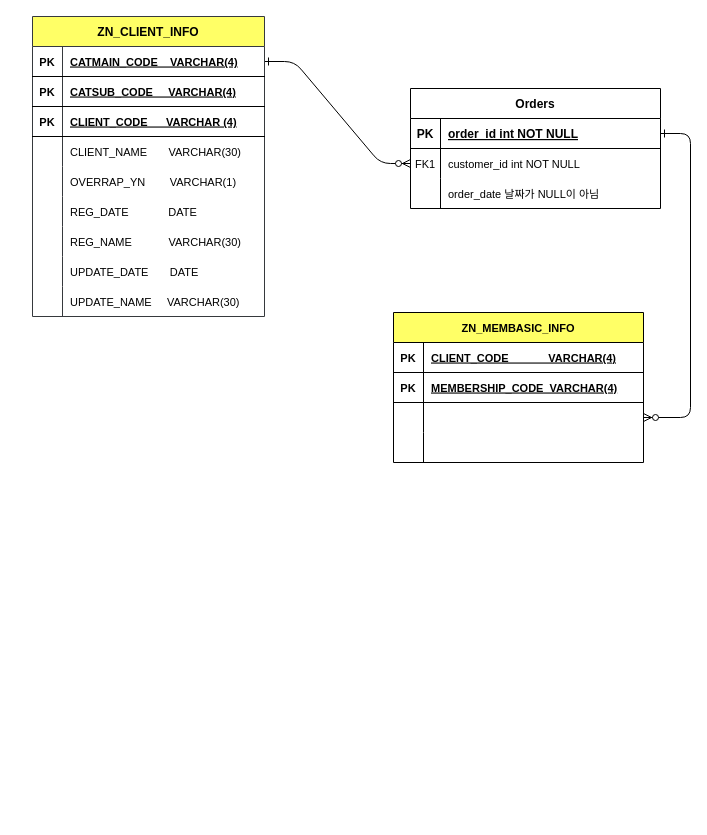
Above: Untitled Diagram.drawio in qksl22/Java (draw.io), before the change. Source tidied: cells renumbered, new cells numbered last; positions are measured from the earlier drawing's top-left corner, leaving out a move shared by most shapes. Both pictures are drawn from the tidied source at 100%, with x=0, y=0 at pixel (32, 16).
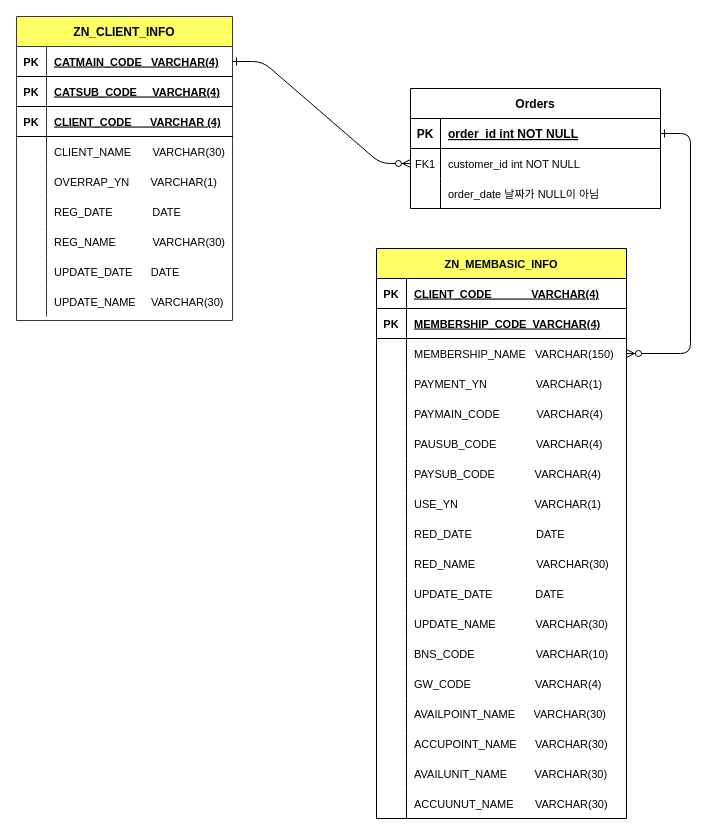
Above is the later version.

The change refers to these unchanged cells:
```xml
<mxCell id="21" style="shape=partialRectangle;fillColor=none;points=[[0,0.5],[1,0.5]];portConstraint=eastwest;top=0;left=0;right=0;bottom=0;fontSize=11;" parent="14" vertex="1">
  <mxGeometry y="90" width="250" height="30" as="geometry" />
</mxCell>
<mxCell id="24" style="shape=partialRectangle;fillColor=none;top=0;left=0;right=0;bottom=0;fontSize=11;" parent="14" vertex="1">
  <mxGeometry y="120" width="250" height="30" as="geometry" />
</mxCell>
```

Change to the diagram source:
```diff
@@
     <mxCell id="14" value="ZN_MEMBASIC_INFO" style="shape=table;startSize=30;childLayout=tableLayout;rowLines=0;fontStyle=1;align=center;fontSize=11;fillColor=#FFFF66;" parent="1" vertex="1">
-      <mxGeometry x="361" y="296" width="250" height="150" as="geometry" />
+      <mxGeometry x="344" y="232" width="250" height="570" as="geometry" />
     </mxCell>
@@
-    <mxCell id="23" style="shape=partialRectangle;overflow=hidden;fillColor=none;top=0;left=0;bottom=0;right=0;align=left;spacingLeft=6;fontSize=11;" parent="21" vertex="1">
+    <mxCell id="23" value="MEMBERSHIP_NAME   VARCHAR(150)" style="shape=partialRectangle;overflow=hidden;fillColor=none;top=0;left=0;bottom=0;right=0;align=left;spacingLeft=6;fontSize=11;" parent="21" vertex="1">
       <mxGeometry x="30" width="220" height="30" as="geometry" />
     </mxCell>
@@
-    <mxCell id="26" style="shape=partialRectangle;overflow=hidden;fillColor=none;top=0;left=0;bottom=0;right=0;align=left;spacingLeft=6;fontSize=11;" parent="24" vertex="1">
+    <mxCell id="26" value="PAYMENT_YN                VARCHAR(1)" style="shape=partialRectangle;overflow=hidden;fillColor=none;top=0;left=0;bottom=0;right=0;align=left;spacingLeft=6;fontSize=11;" parent="24" vertex="1">
       <mxGeometry x="30" width="220" height="30" as="geometry" />
     </mxCell>
+    <mxCell id="55" style="shape=partialRectangle;fillColor=none;top=0;left=0;right=0;bottom=0;fontSize=11;" parent="14" vertex="1">
+      <mxGeometry y="150" width="250" height="30" as="geometry" />
+    </mxCell>
+    <mxCell id="56" style="shape=partialRectangle;overflow=hidden;fillColor=none;top=0;left=0;bottom=0;right=0;fontSize=11;" parent="55" vertex="1">
+      <mxGeometry width="30" height="30" as="geometry" />
+    </mxCell>
+    <mxCell id="57" value="PAYMAIN_CODE            VARCHAR(4)" style="shape=partialRectangle;overflow=hidden;fillColor=none;top=0;left=0;bottom=0;right=0;align=left;spacingLeft=6;fontSize=11;" parent="55" vertex="1">
+      <mxGeometry x="30" width="220" height="30" as="geometry" />
+    </mxCell>
+    <mxCell id="58" style="shape=partialRectangle;fillColor=none;top=0;left=0;right=0;bottom=0;fontSize=11;" parent="14" vertex="1">
+      <mxGeometry y="180" width="250" height="30" as="geometry" />
+    </mxCell>
+    <mxCell id="59" style="shape=partialRectangle;overflow=hidden;fillColor=none;top=0;left=0;bottom=0;right=0;fontSize=11;" parent="58" vertex="1">
+      <mxGeometry width="30" height="30" as="geometry" />
+    </mxCell>
+    <mxCell id="60" value="PAUSUB_CODE             VARCHAR(4)" style="shape=partialRectangle;overflow=hidden;fillColor=none;top=0;left=0;bottom=0;right=0;align=left;spacingLeft=6;fontSize=11;" parent="58" vertex="1">
+      <mxGeometry x="30" width="220" height="30" as="geometry" />
+    </mxCell>
+    <mxCell id="61" style="shape=partialRectangle;fillColor=none;top=0;left=0;right=0;bottom=0;fontSize=11;" parent="14" vertex="1">
+      <mxGeometry y="210" width="250" height="30" as="geometry" />
+    </mxCell>
+    <mxCell id="62" style="shape=partialRectangle;overflow=hidden;fillColor=none;top=0;left=0;bottom=0;right=0;fontSize=11;" parent="61" vertex="1">
+      <mxGeometry width="30" height="30" as="geometry" />
+    </mxCell>
+    <mxCell id="63" value="PAYSUB_CODE             VARCHAR(4)" style="shape=partialRectangle;overflow=hidden;fillColor=none;top=0;left=0;bottom=0;right=0;align=left;spacingLeft=6;fontSize=11;" parent="61" vertex="1">
+      <mxGeometry x="30" width="220" height="30" as="geometry" />
+    </mxCell>
+    <mxCell id="64" style="shape=partialRectangle;fillColor=none;top=0;left=0;right=0;bottom=0;fontSize=11;" parent="14" vertex="1">
+      <mxGeometry y="240" width="250" height="30" as="geometry" />
+    </mxCell>
+    <mxCell id="65" style="shape=partialRectangle;overflow=hidden;fillColor=none;top=0;left=0;bottom=0;right=0;fontSize=11;" parent="64" vertex="1">
+      <mxGeometry width="30" height="30" as="geometry" />
+    </mxCell>
+    <mxCell id="66" value="USE_YN                         VARCHAR(1)" style="shape=partialRectangle;overflow=hidden;fillColor=none;top=0;left=0;bottom=0;right=0;align=left;spacingLeft=6;fontSize=11;" parent="64" vertex="1">
+      <mxGeometry x="30" width="220" height="30" as="geometry" />
+    </mxCell>
+    <mxCell id="67" style="shape=partialRectangle;fillColor=none;top=0;left=0;right=0;bottom=0;fontSize=11;" parent="14" vertex="1">
+      <mxGeometry y="270" width="250" height="30" as="geometry" />
+    </mxCell>
+    <mxCell id="68" style="shape=partialRectangle;overflow=hidden;fillColor=none;top=0;left=0;bottom=0;right=0;fontSize=11;" parent="67" vertex="1">
+      <mxGeometry width="30" height="30" as="geometry" />
+    </mxCell>
+    <mxCell id="69" value="RED_DATE                     DATE" style="shape=partialRectangle;overflow=hidden;fillColor=none;top=0;left=0;bottom=0;right=0;align=left;spacingLeft=6;fontSize=11;" parent="67" vertex="1">
+      <mxGeometry x="30" width="220" height="30" as="geometry" />
+    </mxCell>
+    <mxCell id="70" style="shape=partialRectangle;fillColor=none;top=0;left=0;right=0;bottom=0;fontSize=11;" parent="14" vertex="1">
+      <mxGeometry y="300" width="250" height="30" as="geometry" />
+    </mxCell>
+    <mxCell id="71" style="shape=partialRectangle;overflow=hidden;fillColor=none;top=0;left=0;bottom=0;right=0;fontSize=11;" parent="70" vertex="1">
+      <mxGeometry width="30" height="30" as="geometry" />
+    </mxCell>
+    <mxCell id="72" value="RED_NAME                    VARCHAR(30)" style="shape=partialRectangle;overflow=hidden;fillColor=none;top=0;left=0;bottom=0;right=0;align=left;spacingLeft=6;fontSize=11;" parent="70" vertex="1">
+      <mxGeometry x="30" width="220" height="30" as="geometry" />
+    </mxCell>
+    <mxCell id="73" style="shape=partialRectangle;fillColor=none;top=0;left=0;right=0;bottom=0;fontSize=11;" parent="14" vertex="1">
+      <mxGeometry y="330" width="250" height="30" as="geometry" />
+    </mxCell>
+    <mxCell id="74" style="shape=partialRectangle;overflow=hidden;fillColor=none;top=0;left=0;bottom=0;right=0;fontSize=11;" parent="73" vertex="1">
+      <mxGeometry width="30" height="30" as="geometry" />
+    </mxCell>
+    <mxCell id="75" value="UPDATE_DATE              DATE" style="shape=partialRectangle;overflow=hidden;fillColor=none;top=0;left=0;bottom=0;right=0;align=left;spacingLeft=6;fontSize=11;" parent="73" vertex="1">
+      <mxGeometry x="30" width="220" height="30" as="geometry" />
+    </mxCell>
+    <mxCell id="76" style="shape=partialRectangle;fillColor=none;top=0;left=0;right=0;bottom=0;fontSize=11;" parent="14" vertex="1">
+      <mxGeometry y="360" width="250" height="30" as="geometry" />
+    </mxCell>
+    <mxCell id="77" style="shape=partialRectangle;overflow=hidden;fillColor=none;top=0;left=0;bottom=0;right=0;fontSize=11;" parent="76" vertex="1">
+      <mxGeometry width="30" height="30" as="geometry" />
+    </mxCell>
+    <mxCell id="78" value="UPDATE_NAME             VARCHAR(30)" style="shape=partialRectangle;overflow=hidden;fillColor=none;top=0;left=0;bottom=0;right=0;align=left;spacingLeft=6;fontSize=11;" parent="76" vertex="1">
+      <mxGeometry x="30" width="220" height="30" as="geometry" />
+    </mxCell>
+    <mxCell id="79" style="shape=partialRectangle;fillColor=none;top=0;left=0;right=0;bottom=0;fontSize=11;" parent="14" vertex="1">
+      <mxGeometry y="390" width="250" height="30" as="geometry" />
+    </mxCell>
+    <mxCell id="80" style="shape=partialRectangle;overflow=hidden;fillColor=none;top=0;left=0;bottom=0;right=0;fontSize=11;" parent="79" vertex="1">
+      <mxGeometry width="30" height="30" as="geometry" />
+    </mxCell>
+    <mxCell id="81" value="BNS_CODE                    VARCHAR(10)" style="shape=partialRectangle;overflow=hidden;fillColor=none;top=0;left=0;bottom=0;right=0;align=left;spacingLeft=6;fontSize=11;" parent="79" vertex="1">
+      <mxGeometry x="30" width="220" height="30" as="geometry" />
+    </mxCell>
+    <mxCell id="82" style="shape=partialRectangle;fillColor=none;top=0;left=0;right=0;bottom=0;fontSize=11;" parent="14" vertex="1">
+      <mxGeometry y="420" width="250" height="30" as="geometry" />
+    </mxCell>
+    <mxCell id="83" style="shape=partialRectangle;overflow=hidden;fillColor=none;top=0;left=0;bottom=0;right=0;fontSize=11;" parent="82" vertex="1">
+      <mxGeometry width="30" height="30" as="geometry" />
+    </mxCell>
+    <mxCell id="84" value="GW_CODE                     VARCHAR(4)" style="shape=partialRectangle;overflow=hidden;fillColor=none;top=0;left=0;bottom=0;right=0;align=left;spacingLeft=6;fontSize=11;" parent="82" vertex="1">
+      <mxGeometry x="30" width="220" height="30" as="geometry" />
+    </mxCell>
+    <mxCell id="85" style="shape=partialRectangle;fillColor=none;top=0;left=0;right=0;bottom=0;fontSize=11;" parent="14" vertex="1">
+      <mxGeometry y="450" width="250" height="30" as="geometry" />
+    </mxCell>
+    <mxCell id="86" style="shape=partialRectangle;overflow=hidden;fillColor=none;top=0;left=0;bottom=0;right=0;fontSize=11;" parent="85" vertex="1">
+      <mxGeometry width="30" height="30" as="geometry" />
+    </mxCell>
+    <mxCell id="87" value="AVAILPOINT_NAME      VARCHAR(30)" style="shape=partialRectangle;overflow=hidden;fillColor=none;top=0;left=0;bottom=0;right=0;align=left;spacingLeft=6;fontSize=11;" parent="85" vertex="1">
+      <mxGeometry x="30" width="220" height="30" as="geometry" />
+    </mxCell>
+    <mxCell id="88" style="shape=partialRectangle;fillColor=none;top=0;left=0;right=0;bottom=0;fontSize=11;" parent="14" vertex="1">
+      <mxGeometry y="480" width="250" height="30" as="geometry" />
+    </mxCell>
+    <mxCell id="89" style="shape=partialRectangle;overflow=hidden;fillColor=none;top=0;left=0;bottom=0;right=0;fontSize=11;" parent="88" vertex="1">
+      <mxGeometry width="30" height="30" as="geometry" />
+    </mxCell>
+    <mxCell id="90" value="ACCUPOINT_NAME      VARCHAR(30)" style="shape=partialRectangle;overflow=hidden;fillColor=none;top=0;left=0;bottom=0;right=0;align=left;spacingLeft=6;fontSize=11;" parent="88" vertex="1">
+      <mxGeometry x="30" width="220" height="30" as="geometry" />
+    </mxCell>
+    <mxCell id="91" style="shape=partialRectangle;fillColor=none;top=0;left=0;right=0;bottom=0;fontSize=11;" parent="14" vertex="1">
+      <mxGeometry y="510" width="250" height="30" as="geometry" />
+    </mxCell>
+    <mxCell id="92" style="shape=partialRectangle;overflow=hidden;fillColor=none;top=0;left=0;bottom=0;right=0;fontSize=11;" parent="91" vertex="1">
+      <mxGeometry width="30" height="30" as="geometry" />
+    </mxCell>
+    <mxCell id="93" value="AVAILUNIT_NAME         VARCHAR(30)" style="shape=partialRectangle;overflow=hidden;fillColor=none;top=0;left=0;bottom=0;right=0;align=left;spacingLeft=6;fontSize=11;" parent="91" vertex="1">
+      <mxGeometry x="30" width="220" height="30" as="geometry" />
+    </mxCell>
+    <mxCell id="94" style="shape=partialRectangle;fillColor=none;top=0;left=0;right=0;bottom=0;fontSize=11;" parent="14" vertex="1">
+      <mxGeometry y="540" width="250" height="30" as="geometry" />
+    </mxCell>
+    <mxCell id="95" style="shape=partialRectangle;overflow=hidden;fillColor=none;top=0;left=0;bottom=0;right=0;fontSize=11;" parent="94" vertex="1">
+      <mxGeometry width="30" height="30" as="geometry" />
+    </mxCell>
+    <mxCell id="96" value="ACCUUNUT_NAME       VARCHAR(30)" style="shape=partialRectangle;overflow=hidden;fillColor=none;top=0;left=0;bottom=0;right=0;align=left;spacingLeft=6;fontSize=11;" parent="94" vertex="1">
+      <mxGeometry x="30" width="220" height="30" as="geometry" />
+    </mxCell>
     <mxCell id="27" value="ZN_CLIENT_INFO" style="shape=table;startSize=30;childLayout=tableLayout;rowLines=0;fontStyle=1;align=center;fillColor=#FFFF66;strokeColor=#36393d;" parent="1" vertex="1">
-      <mxGeometry width="232" height="300" as="geometry" />
+      <mxGeometry x="-16" width="216" height="304" as="geometry" />
     </mxCell>
     <mxCell id="28" style="shape=partialRectangle;fillColor=none;points=[[0,0.5],[1,0.5]];portConstraint=eastwest;top=0;left=0;right=0;bottom=1;fontSize=11;" parent="27" vertex="1">
-      <mxGeometry y="30" width="232" height="30" as="geometry" />
+      <mxGeometry y="30" width="216" height="30" as="geometry" />
     </mxCell>
@@
-    <mxCell id="30" value="CATMAIN_CODE    VARCHAR(4)" style="shape=partialRectangle;overflow=hidden;fillColor=none;top=0;left=0;bottom=0;right=0;align=left;spacingLeft=6;fontStyle=5;fontSize=11;" parent="28" vertex="1">
-      <mxGeometry x="30" width="202" height="30" as="geometry" />
+    <mxCell id="30" value="CATMAIN_CODE   VARCHAR(4)" style="shape=partialRectangle;overflow=hidden;fillColor=none;top=0;left=0;bottom=0;right=0;align=left;spacingLeft=6;fontStyle=5;fontSize=11;" parent="28" vertex="1">
+      <mxGeometry x="30" width="186" height="30" as="geometry" />
     </mxCell>
     <mxCell id="31" style="shape=partialRectangle;fillColor=none;top=0;left=0;right=0;bottom=1;fontSize=11;" parent="27" vertex="1">
-      <mxGeometry y="60" width="232" height="30" as="geometry" />
+      <mxGeometry y="60" width="216" height="30" as="geometry" />
     </mxCell>
@@
     <mxCell id="33" value="CATSUB_CODE     VARCHAR(4)" style="shape=partialRectangle;overflow=hidden;fillColor=none;top=0;left=0;bottom=0;right=0;align=left;spacingLeft=6;fontStyle=5;fontSize=11;" parent="31" vertex="1">
-      <mxGeometry x="30" width="202" height="30" as="geometry" />
+      <mxGeometry x="30" width="186" height="30" as="geometry" />
     </mxCell>
     <mxCell id="34" style="shape=partialRectangle;fillColor=none;top=0;left=0;right=0;bottom=1;fontSize=11;" parent="27" vertex="1">
-      <mxGeometry y="90" width="232" height="30" as="geometry" />
+      <mxGeometry y="90" width="216" height="30" as="geometry" />
     </mxCell>
@@
-    <mxCell id="36" value="CLIENT_CODE       VARCHAR (4)" style="shape=partialRectangle;overflow=hidden;fillColor=none;top=0;left=0;bottom=0;right=0;align=left;spacingLeft=6;fontStyle=5;fontSize=11;" parent="34" vertex="1">
-      <mxGeometry x="30" width="202" height="30" as="geometry" />
+    <mxCell id="36" value="CLIENT_CODE      VARCHAR (4)" style="shape=partialRectangle;overflow=hidden;fillColor=none;top=0;left=0;bottom=0;right=0;align=left;spacingLeft=6;fontStyle=5;fontSize=11;" parent="34" vertex="1">
+      <mxGeometry x="30" width="186" height="30" as="geometry" />
     </mxCell>
     <mxCell id="37" style="shape=partialRectangle;fillColor=none;top=0;left=0;right=0;bottom=0;fontSize=11;" parent="27" vertex="1">
-      <mxGeometry y="120" width="232" height="30" as="geometry" />
+      <mxGeometry y="120" width="216" height="30" as="geometry" />
     </mxCell>
@@
     <mxCell id="39" value="CLIENT_NAME       VARCHAR(30)" style="shape=partialRectangle;overflow=hidden;fillColor=none;top=0;left=0;bottom=0;right=0;align=left;spacingLeft=6;fontSize=11;" parent="37" vertex="1">
-      <mxGeometry x="30" width="202" height="30" as="geometry" />
+      <mxGeometry x="30" width="186" height="30" as="geometry" />
     </mxCell>
     <mxCell id="40" style="shape=partialRectangle;fillColor=none;top=0;left=0;right=0;bottom=0;fontSize=11;" parent="27" vertex="1">
-      <mxGeometry y="150" width="232" height="30" as="geometry" />
+      <mxGeometry y="150" width="216" height="30" as="geometry" />
     </mxCell>
@@
-    <mxCell id="42" value="OVERRAP_YN        VARCHAR(1)" style="shape=partialRectangle;overflow=hidden;fillColor=none;top=0;left=0;bottom=0;right=0;align=left;spacingLeft=6;fontSize=11;" parent="40" vertex="1">
-      <mxGeometry x="30" width="202" height="30" as="geometry" />
+    <mxCell id="42" value="OVERRAP_YN       VARCHAR(1)" style="shape=partialRectangle;overflow=hidden;fillColor=none;top=0;left=0;bottom=0;right=0;align=left;spacingLeft=6;fontSize=11;" parent="40" vertex="1">
+      <mxGeometry x="30" width="186" height="30" as="geometry" />
     </mxCell>
     <mxCell id="43" style="shape=partialRectangle;fillColor=none;top=0;left=0;right=0;bottom=0;fontSize=11;" parent="27" vertex="1">
-      <mxGeometry y="180" width="232" height="30" as="geometry" />
+      <mxGeometry y="180" width="216" height="30" as="geometry" />
     </mxCell>
@@
     <mxCell id="45" value="REG_DATE             DATE" style="shape=partialRectangle;overflow=hidden;fillColor=none;top=0;left=0;bottom=0;right=0;align=left;spacingLeft=6;fontSize=11;" parent="43" vertex="1">
-      <mxGeometry x="30" width="202" height="30" as="geometry" />
+      <mxGeometry x="30" width="186" height="30" as="geometry" />
     </mxCell>
     <mxCell id="46" style="shape=partialRectangle;fillColor=none;top=0;left=0;right=0;bottom=0;fontSize=11;" parent="27" vertex="1">
-      <mxGeometry y="210" width="232" height="30" as="geometry" />
+      <mxGeometry y="210" width="216" height="30" as="geometry" />
     </mxCell>
@@
     <mxCell id="48" value="REG_NAME            VARCHAR(30)" style="shape=partialRectangle;overflow=hidden;fillColor=none;top=0;left=0;bottom=0;right=0;align=left;spacingLeft=6;fontSize=11;" parent="46" vertex="1">
-      <mxGeometry x="30" width="202" height="30" as="geometry" />
+      <mxGeometry x="30" width="186" height="30" as="geometry" />
     </mxCell>
     <mxCell id="49" style="shape=partialRectangle;fillColor=none;top=0;left=0;right=0;bottom=0;fontSize=11;" parent="27" vertex="1">
-      <mxGeometry y="240" width="232" height="30" as="geometry" />
+      <mxGeometry y="240" width="216" height="30" as="geometry" />
     </mxCell>
@@
-    <mxCell id="51" value="UPDATE_DATE       DATE" style="shape=partialRectangle;overflow=hidden;fillColor=none;top=0;left=0;bottom=0;right=0;align=left;spacingLeft=6;fontSize=11;" parent="49" vertex="1">
-      <mxGeometry x="30" width="202" height="30" as="geometry" />
+    <mxCell id="51" value="UPDATE_DATE      DATE" style="shape=partialRectangle;overflow=hidden;fillColor=none;top=0;left=0;bottom=0;right=0;align=left;spacingLeft=6;fontSize=11;" parent="49" vertex="1">
+      <mxGeometry x="30" width="186" height="30" as="geometry" />
     </mxCell>
     <mxCell id="52" style="shape=partialRectangle;fillColor=none;top=0;left=0;right=0;bottom=0;fontSize=11;" parent="27" vertex="1">
-      <mxGeometry y="270" width="232" height="30" as="geometry" />
+      <mxGeometry y="270" width="216" height="30" as="geometry" />
     </mxCell>
@@
-    <mxCell id="54" value="UPDATE_NAME     VARCHAR(30)" style="shape=partialRectangle;overflow=hidden;fillColor=none;top=0;left=0;bottom=0;right=0;align=left;spacingLeft=6;fontSize=11;" parent="52" vertex="1">
-      <mxGeometry x="30" width="202" height="30" as="geometry" />
+    <mxCell id="54" value="UPDATE_NAME     VARCHAR(30)" style="shape=partialRectangle;overflow=hidden;fillColor=none;top=0;left=0;bottom=0;right=0;align=left;spacingLeft=6;fontSize=11;" parent="52" vertex="1">
+      <mxGeometry x="30" width="186" height="30" as="geometry" />
     </mxCell>
```
